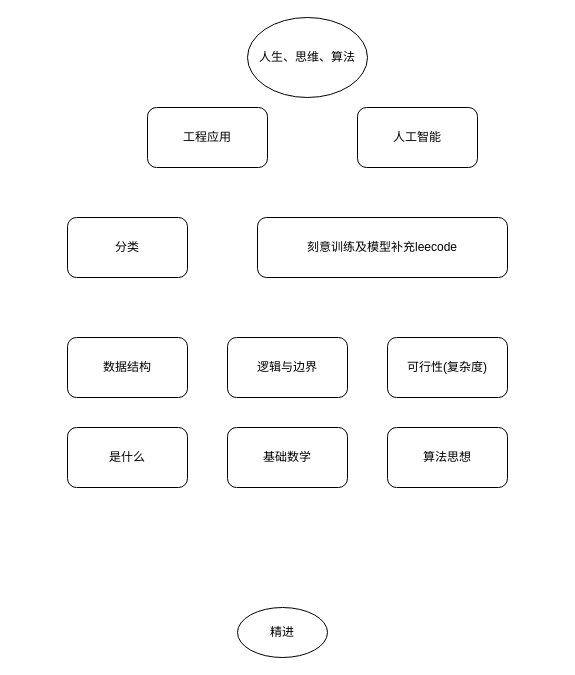
Earlier version of the draw.io diagram menus/suanfamoxing.drawio (Asamiyaa/microservice-k8s-yun). Source tidied: cells renumbered, new cells numbered last; positions are measured from the earlier drawing's top-left corner, leaving out a move shared by most shapes. Both pictures are drawn from the tidied source at 100%, with x=0, y=0 at pixel (67, 17).
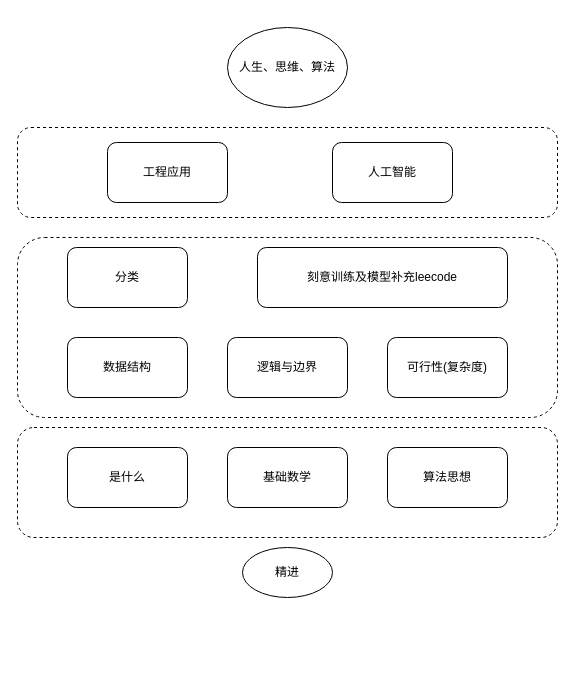
After the change.

The edit, as a diff of the source:
```diff
@@
 <mxGraphModel>
   <root>
     <mxCell id="0" />
     <mxCell id="1" parent="0" />
+    <mxCell id="14" style="rounded=1;whiteSpace=wrap;html=1;dashed=1;" parent="1" vertex="1">
+      <mxGeometry x="-50" y="110" width="540" height="90" as="geometry" />
+    </mxCell>
+    <mxCell id="15" style="rounded=1;whiteSpace=wrap;html=1;dashed=1;" parent="1" vertex="1">
+      <mxGeometry x="-50" y="220" width="540" height="180" as="geometry" />
+    </mxCell>
+    <mxCell id="16" style="rounded=1;whiteSpace=wrap;html=1;dashed=1;" parent="1" vertex="1">
+      <mxGeometry x="-50" y="410" width="540" height="110" as="geometry" />
+    </mxCell>
     <mxCell id="2" value="人生、思维、算法" style="ellipse;whiteSpace=wrap;html=1;" parent="1" vertex="1">
-      <mxGeometry x="180" width="120" height="80" as="geometry" />
+      <mxGeometry x="160" y="10" width="120" height="80" as="geometry" />
     </mxCell>
     <mxCell id="3" value="算法思想" style="rounded=1;whiteSpace=wrap;html=1;" parent="1" vertex="1">
-      <mxGeometry x="320" y="410" width="120" height="60" as="geometry" />
+      <mxGeometry x="320" y="430" width="120" height="60" as="geometry" />
     </mxCell>
     <mxCell id="4" value="数据结构" style="rounded=1;whiteSpace=wrap;html=1;" parent="1" vertex="1">
       <mxGeometry y="320" width="120" height="60" as="geometry" />
     </mxCell>
     <mxCell id="5" value="刻意训练及模型补充leecode" style="rounded=1;whiteSpace=wrap;html=1;" parent="1" vertex="1">
-      <mxGeometry x="190" y="200" width="250" height="60" as="geometry" />
+      <mxGeometry x="190" y="230" width="250" height="60" as="geometry" />
     </mxCell>
     <mxCell id="6" value="逻辑与边界" style="rounded=1;whiteSpace=wrap;html=1;" parent="1" vertex="1">
       <mxGeometry x="160" y="320" width="120" height="60" as="geometry" />
     </mxCell>
     <mxCell id="7" value="工程应用" style="rounded=1;whiteSpace=wrap;html=1;" parent="1" vertex="1">
-      <mxGeometry x="80" y="90" width="120" height="60" as="geometry" />
+      <mxGeometry x="40" y="125" width="120" height="60" as="geometry" />
     </mxCell>
     <mxCell id="8" value="人工智能" style="rounded=1;whiteSpace=wrap;html=1;" parent="1" vertex="1">
-      <mxGeometry x="290" y="90" width="120" height="60" as="geometry" />
+      <mxGeometry x="265" y="125" width="120" height="60" as="geometry" />
     </mxCell>
     <mxCell id="9" value="精进" style="ellipse;whiteSpace=wrap;html=1;" parent="1" vertex="1">
-      <mxGeometry x="170" y="590" width="90" height="50" as="geometry" />
+      <mxGeometry x="175" y="530" width="90" height="50" as="geometry" />
     </mxCell>
     <mxCell id="10" value="是什么" style="rounded=1;whiteSpace=wrap;html=1;" parent="1" vertex="1">
-      <mxGeometry y="410" width="120" height="60" as="geometry" />
+      <mxGeometry y="430" width="120" height="60" as="geometry" />
     </mxCell>
     <mxCell id="11" value="可行性(复杂度)" style="rounded=1;whiteSpace=wrap;html=1;" parent="1" vertex="1">
       <mxGeometry x="320" y="320" width="120" height="60" as="geometry" />
     </mxCell>
     <mxCell id="12" value="基础数学" style="rounded=1;whiteSpace=wrap;html=1;" parent="1" vertex="1">
-      <mxGeometry x="160" y="410" width="120" height="60" as="geometry" />
+      <mxGeometry x="160" y="430" width="120" height="60" as="geometry" />
     </mxCell>
     <mxCell id="13" value="分类" style="rounded=1;whiteSpace=wrap;html=1;" parent="1" vertex="1">
-      <mxGeometry y="200" width="120" height="60" as="geometry" />
+      <mxGeometry y="230" width="120" height="60" as="geometry" />
     </mxCell>
   </root>
 </mxGraphModel>
```
